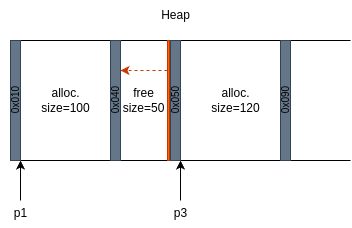
The draw.io diagram assets/mainfooter.png in lefosg/my-malloc-free, before a commit. Source tidied: cells renumbered, new cells last; positions are measured from the earlier drawing's top-left corner, leaving out a move shared by most shapes.
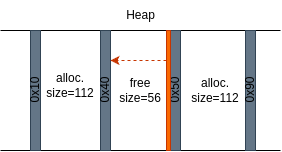
Above is the later version.

The edit, as a diff of the source:
```diff
@@ -2,83 +2,76 @@
   <root>
     <mxCell id="0" />
     <mxCell id="1" parent="0" />
-    <mxCell id="2" style="endArrow=none;html=1;rounded=0;" parent="1" edge="1">
-      <mxGeometry relative="1" as="geometry">
-        <mxPoint x="20" y="40" as="sourcePoint" />
-        <mxPoint x="360" y="40" as="targetPoint" />
-      </mxGeometry>
-    </mxCell>
-    <mxCell id="3" style="endArrow=none;html=1;rounded=0;" parent="1" edge="1">
-      <mxGeometry relative="1" as="geometry">
-        <mxPoint x="20" y="160" as="sourcePoint" />
-        <mxPoint x="360" y="160" as="targetPoint" />
-      </mxGeometry>
-    </mxCell>
-    <mxCell id="4" style="endArrow=classic;html=1;rounded=0;" parent="1" edge="1">
-      <mxGeometry relative="1" as="geometry">
-        <mxPoint x="30" y="200" as="sourcePoint" />
-        <mxPoint x="30" y="160" as="targetPoint" />
-      </mxGeometry>
-    </mxCell>
+    <mxCell id="23" style="endArrow=none;html=1;rounded=0;" parent="1" edge="1">
+      <mxGeometry relative="1" as="geometry">
+        <mxPoint x="45" y="30" as="sourcePoint" />
+        <mxPoint x="325" y="30" as="targetPoint" />
+      </mxGeometry>
+    </mxCell>
+    <mxCell id="24" style="endArrow=none;html=1;rounded=0;" parent="1" edge="1">
+      <mxGeometry relative="1" as="geometry">
+        <mxPoint x="45" y="150" as="sourcePoint" />
+        <mxPoint x="325" y="150" as="targetPoint" />
+      </mxGeometry>
+    </mxCell>
+    <mxCell id="25" style="endArrow=none;html=1;rounded=0;" parent="1" edge="1">
+      <mxGeometry relative="1" as="geometry">
+        <mxPoint x="75" y="150" as="sourcePoint" />
+        <mxPoint x="75" y="30" as="targetPoint" />
+      </mxGeometry>
+    </mxCell>
+    <mxCell id="26" style="endArrow=none;html=1;rounded=0;" parent="1" edge="1">
+      <mxGeometry relative="1" as="geometry">
+        <mxPoint x="290" y="150" as="sourcePoint" />
+        <mxPoint x="290" y="30" as="targetPoint" />
+      </mxGeometry>
+    </mxCell>
+    <mxCell id="27" style="rounded=0;whiteSpace=wrap;html=1;fillColor=#647687;fontColor=#ffffff;strokeColor=#314354;" parent="1" vertex="1">
+      <mxGeometry x="75" y="30" width="10" height="120" as="geometry" />
+    </mxCell>
+    <mxCell id="28" style="rounded=0;whiteSpace=wrap;html=1;fillColor=#647687;fontColor=#ffffff;strokeColor=#314354;" parent="1" vertex="1">
+      <mxGeometry x="215" y="30" width="10" height="120" as="geometry" />
+    </mxCell>
+    <mxCell id="29" style="rounded=0;whiteSpace=wrap;html=1;fillColor=#647687;fontColor=#ffffff;strokeColor=#314354;" parent="1" vertex="1">
+      <mxGeometry x="290" y="30" width="10" height="120" as="geometry" />
+    </mxCell>
+    <mxCell id="30" value="alloc.&lt;div&gt;size=112&lt;/div&gt;" style="text;html=1;align=center;verticalAlign=middle;whiteSpace=wrap;rounded=0;" parent="1" vertex="1">
+      <mxGeometry x="100" y="75" width="30" height="20" as="geometry" />
+    </mxCell>
+    <mxCell id="31" value="alloc.&lt;div&gt;size=112&lt;/div&gt;" style="text;html=1;align=center;verticalAlign=middle;whiteSpace=wrap;rounded=0;" parent="1" vertex="1">
+      <mxGeometry x="245" y="80" width="30" height="20" as="geometry" />
+    </mxCell>
+    <mxCell id="32" style="rounded=0;whiteSpace=wrap;html=1;fillColor=#647687;fontColor=#ffffff;strokeColor=#314354;" parent="1" vertex="1">
+      <mxGeometry x="145" y="30" width="10" height="120" as="geometry" />
+    </mxCell>
+    <mxCell id="33" value="free&lt;div&gt;size=56&lt;/div&gt;" style="text;html=1;align=center;verticalAlign=middle;whiteSpace=wrap;rounded=0;" parent="1" vertex="1">
+      <mxGeometry x="170" y="80" width="30" height="20" as="geometry" />
+    </mxCell>
+    <mxCell id="34" value="0x10" style="text;html=1;align=center;verticalAlign=middle;strokeColor=none;fillColor=none;rotation=-90;" parent="1" vertex="1">
+      <mxGeometry x="55" y="75" width="50" height="30" as="geometry" />
+    </mxCell>
+    <mxCell id="35" value="0x40" style="text;html=1;align=center;verticalAlign=middle;strokeColor=none;fillColor=none;rotation=-90;" parent="1" vertex="1">
+      <mxGeometry x="125" y="75" width="50" height="30" as="geometry" />
+    </mxCell>
+    <mxCell id="36" value="0x50" style="text;html=1;align=center;verticalAlign=middle;strokeColor=none;fillColor=none;rotation=-90;" parent="1" vertex="1">
+      <mxGeometry x="195" y="75" width="50" height="30" as="geometry" />
+    </mxCell>
+    <mxCell id="37" value="0x90" style="text;html=1;align=center;verticalAlign=middle;strokeColor=none;fillColor=none;rotation=-90;" parent="1" vertex="1">
+      <mxGeometry x="270" y="75" width="50" height="30" as="geometry" />
+    </mxCell>
+    <mxCell id="38" style="edgeStyle=orthogonalEdgeStyle;rounded=0;jettySize=auto;html=1;entryX=1;entryY=0.25;entryDx=0;entryDy=0;fillColor=#fa6800;strokeColor=#C73500;dashed=1;" parent="1" edge="1" source="39" target="32">
+      <mxGeometry relative="1" as="geometry">
+        <Array as="points">
+          <mxPoint x="195" y="60" />
+          <mxPoint x="195" y="60" />
+        </Array>
+      </mxGeometry>
+    </mxCell>
+    <mxCell id="39" style="rounded=0;whiteSpace=wrap;html=1;fillColor=#fa6800;strokeColor=#C73500;fontColor=#000000;" parent="1" vertex="1">
+      <mxGeometry x="211" y="30" width="4" height="120" as="geometry" />
+    </mxCell>
     <mxCell id="5" value="Heap" style="text;html=1;align=center;verticalAlign=middle;strokeColor=none;fillColor=none;" parent="1" vertex="1">
       <mxGeometry x="160" width="50" height="30" as="geometry" />
     </mxCell>
-    <mxCell id="6" style="rounded=0;whiteSpace=wrap;html=1;fillColor=#647687;fontColor=#ffffff;strokeColor=#314354;" parent="1" vertex="1">
-      <mxGeometry x="20" y="40" width="10" height="120" as="geometry" />
-    </mxCell>
-    <mxCell id="7" style="endArrow=none;html=1;rounded=0;" parent="1" edge="1">
-      <mxGeometry relative="1" as="geometry">
-        <mxPoint x="120" y="160" as="sourcePoint" />
-        <mxPoint x="120" y="40" as="targetPoint" />
-      </mxGeometry>
-    </mxCell>
-    <mxCell id="8" value="alloc.&lt;div&gt;size=100&lt;/div&gt;" style="text;html=1;align=center;verticalAlign=middle;strokeColor=none;fillColor=none;" parent="1" vertex="1">
-      <mxGeometry x="40" y="80" width="70" height="40" as="geometry" />
-    </mxCell>
-    <mxCell id="9" style="rounded=0;whiteSpace=wrap;html=1;fillColor=#647687;fontColor=#ffffff;strokeColor=#314354;" parent="1" vertex="1">
-      <mxGeometry x="120" y="40" width="10" height="120" as="geometry" />
-    </mxCell>
-    <mxCell id="10" style="rounded=0;whiteSpace=wrap;html=1;fillColor=#647687;fontColor=#ffffff;strokeColor=#314354;" parent="1" vertex="1">
-      <mxGeometry x="180" y="40" width="10" height="120" as="geometry" />
-    </mxCell>
-    <mxCell id="11" style="rounded=0;whiteSpace=wrap;html=1;fillColor=#647687;fontColor=#ffffff;strokeColor=#314354;" parent="1" vertex="1">
-      <mxGeometry x="290" y="40" width="10" height="120" as="geometry" />
-    </mxCell>
-    <mxCell id="12" value="free&lt;br&gt;&lt;div&gt;size=50&lt;/div&gt;" style="text;html=1;align=center;verticalAlign=middle;strokeColor=none;fillColor=none;" parent="1" vertex="1">
-      <mxGeometry x="118" y="80" width="70" height="40" as="geometry" />
-    </mxCell>
-    <mxCell id="13" value="alloc.&lt;div&gt;size=120&lt;/div&gt;" style="text;html=1;align=center;verticalAlign=middle;strokeColor=none;fillColor=none;" parent="1" vertex="1">
-      <mxGeometry x="210" y="80" width="70" height="40" as="geometry" />
-    </mxCell>
-    <mxCell id="14" style="endArrow=classic;html=1;rounded=0;" parent="1" edge="1">
-      <mxGeometry relative="1" as="geometry">
-        <mxPoint x="190" y="200" as="sourcePoint" />
-        <mxPoint x="190" y="160" as="targetPoint" />
-      </mxGeometry>
-    </mxCell>
-    <mxCell id="15" value="p1" style="text;html=1;align=center;verticalAlign=middle;strokeColor=none;fillColor=none;" parent="1" vertex="1">
-      <mxGeometry x="10" y="198" width="40" height="30" as="geometry" />
-    </mxCell>
-    <mxCell id="16" value="p3" style="text;html=1;align=center;verticalAlign=middle;strokeColor=none;fillColor=none;" parent="1" vertex="1">
-      <mxGeometry x="170" y="198" width="40" height="30" as="geometry" />
-    </mxCell>
-    <mxCell id="17" style="rounded=0;whiteSpace=wrap;html=1;fillColor=#fa6800;fontColor=#000000;strokeColor=#C73500;fontSize=11;" parent="1" vertex="1">
-      <mxGeometry x="177" y="40" width="2" height="120" as="geometry" />
-    </mxCell>
-    <mxCell id="18" style="html=1;labelBackgroundColor=#ffffff;startArrow=none;startFill=0;startSize=6;endArrow=classic;endFill=1;endSize=6;jettySize=auto;strokeWidth=1;dashed=1;fontSize=14;rounded=0;exitX=0;exitY=0.25;exitDx=0;exitDy=0;entryX=1;entryY=0.25;entryDx=0;entryDy=0;fillColor=#fa6800;strokeColor=#C73500;" parent="1" edge="1" source="17" target="9">
-      <mxGeometry relative="1" as="geometry" />
-    </mxCell>
-    <mxCell id="19" value="&lt;font style=&quot;font-size: 10px;&quot;&gt;0x010&lt;/font&gt;" style="text;html=1;align=center;verticalAlign=middle;strokeColor=none;fillColor=none;rotation=-90;" parent="1" vertex="1">
-      <mxGeometry y="85" width="50" height="30" as="geometry" />
-    </mxCell>
-    <mxCell id="20" value="&lt;font style=&quot;font-size: 10px;&quot;&gt;0x040&lt;/font&gt;" style="text;html=1;align=center;verticalAlign=middle;strokeColor=none;fillColor=none;rotation=-90;" parent="1" vertex="1">
-      <mxGeometry x="100" y="85" width="50" height="30" as="geometry" />
-    </mxCell>
-    <mxCell id="21" value="&lt;font style=&quot;font-size: 10px;&quot;&gt;0x050&lt;/font&gt;" style="text;html=1;align=center;verticalAlign=middle;strokeColor=none;fillColor=none;rotation=-90;" parent="1" vertex="1">
-      <mxGeometry x="160" y="85" width="50" height="30" as="geometry" />
-    </mxCell>
-    <mxCell id="22" value="&lt;font style=&quot;font-size: 10px;&quot;&gt;0x090&lt;/font&gt;" style="text;html=1;align=center;verticalAlign=middle;strokeColor=none;fillColor=none;rotation=-90;" parent="1" vertex="1">
-      <mxGeometry x="270" y="85" width="50" height="30" as="geometry" />
-    </mxCell>
   </root>
 </mxGraphModel>
```
